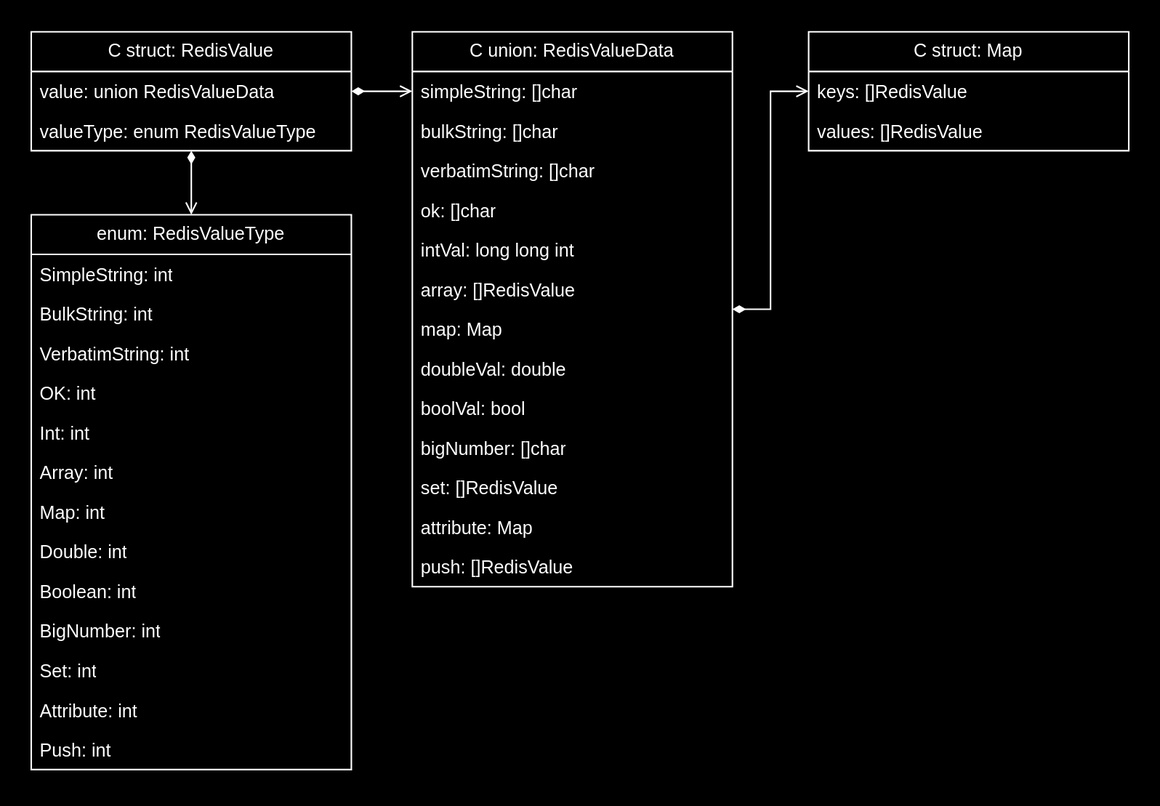
This is docs/img/FFI-request-success-struct-diagram.svg from Bit-Quill/valkey-glide, a draw.io export, as it was before one commit. Source tidied: cells renumbered, new cells last; positions are measured from the earlier drawing's top-left corner, leaving out a move shared by most shapes.
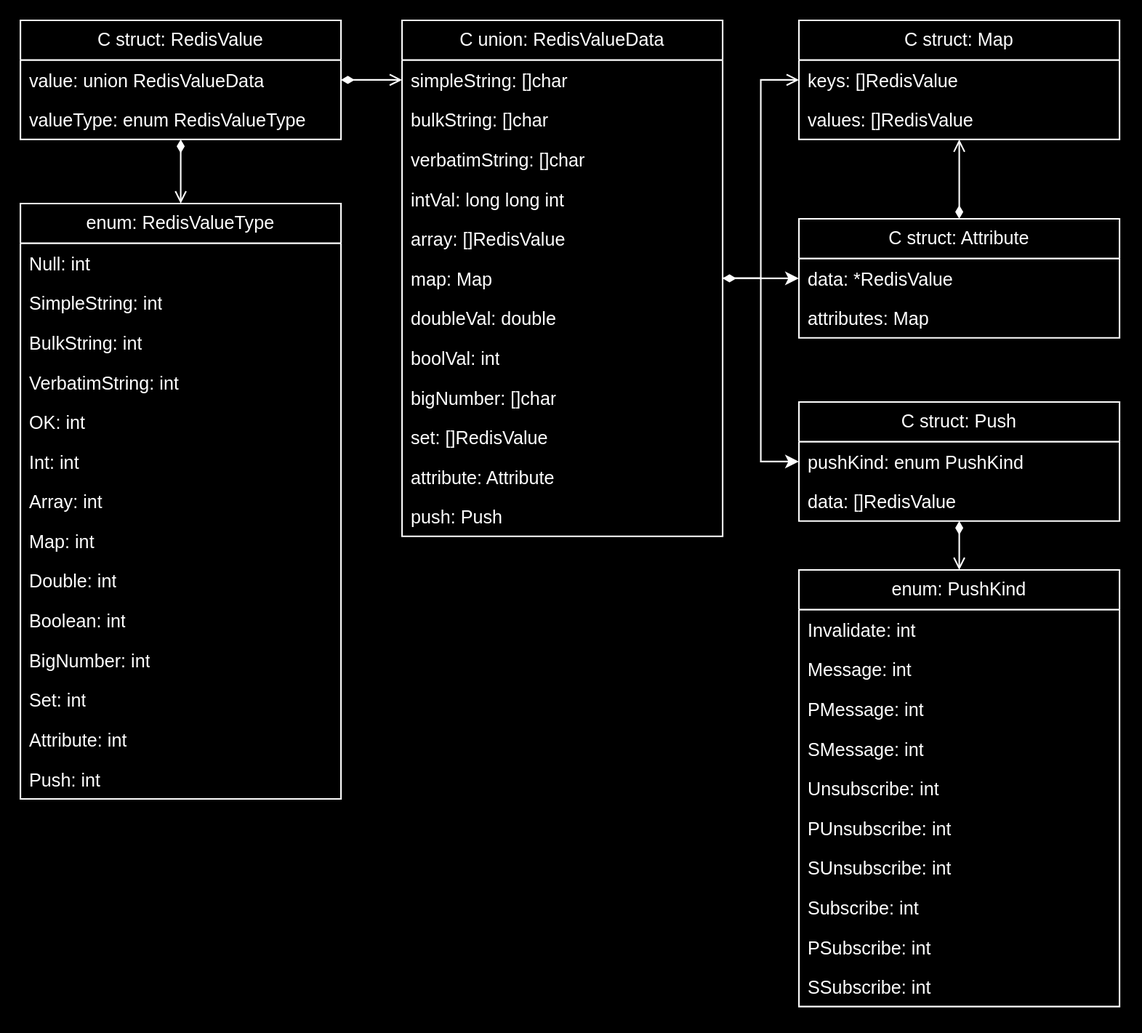
The same diagram one commit later.

What changed in the source:
```diff
@@ -20,8 +20,11 @@
     <mxCell id="7" style="edgeStyle=orthogonalEdgeStyle;rounded=0;jettySize=auto;html=1;startArrow=diamondThin;startFill=1;endArrow=open;endFill=0;" parent="1" edge="1" source="8" target="22">
       <mxGeometry relative="1" as="geometry" />
     </mxCell>
+    <mxCell id="39" style="edgeStyle=orthogonalEdgeStyle;rounded=0;jettySize=auto;html=1;" parent="1" edge="1" source="8" target="47">
+      <mxGeometry relative="1" as="geometry" />
+    </mxCell>
     <mxCell id="8" value="C union: RedisValueData" style="swimlane;fontStyle=0;horizontal=1;startSize=26;fillColor=none;whiteSpace=wrap;html=1;" parent="1" vertex="1">
-      <mxGeometry x="250" width="210" height="364" as="geometry" />
+      <mxGeometry x="250" width="210" height="338" as="geometry" />
     </mxCell>
     <mxCell id="9" value="simpleString: []char" style="text;strokeColor=none;fillColor=none;align=left;verticalAlign=top;spacingLeft=4;spacingRight=4;overflow=hidden;points=[[0,0.5],[1,0.5]];portConstraint=eastwest;whiteSpace=wrap;html=1;" parent="8" vertex="1">
       <mxGeometry y="26" width="210" height="26" as="geometry" />
@@ -32,35 +35,32 @@
     <mxCell id="11" value="verbatimString: []char" style="text;strokeColor=none;fillColor=none;align=left;verticalAlign=top;spacingLeft=4;spacingRight=4;overflow=hidden;whiteSpace=wrap;html=1;" parent="8" vertex="1">
       <mxGeometry y="78" width="210" height="26" as="geometry" />
     </mxCell>
-    <mxCell id="12" value="ok: []char" style="text;strokeColor=none;fillColor=none;align=left;verticalAlign=top;spacingLeft=4;spacingRight=4;overflow=hidden;whiteSpace=wrap;html=1;" parent="8" vertex="1">
-      <mxGeometry y="104" width="210" height="26" as="geometry" />
-    </mxCell>
     <mxCell id="13" value="intVal: long long int" style="text;strokeColor=none;fillColor=none;align=left;verticalAlign=top;spacingLeft=4;spacingRight=4;overflow=hidden;whiteSpace=wrap;html=1;" parent="8" vertex="1">
-      <mxGeometry y="130" width="210" height="26" as="geometry" />
+      <mxGeometry y="104" width="210" height="26" as="geometry" />
     </mxCell>
     <mxCell id="14" value="array: []RedisValue" style="text;strokeColor=none;fillColor=none;align=left;verticalAlign=top;spacingLeft=4;spacingRight=4;overflow=hidden;whiteSpace=wrap;html=1;" parent="8" vertex="1">
-      <mxGeometry y="156" width="210" height="26" as="geometry" />
+      <mxGeometry y="130" width="210" height="26" as="geometry" />
     </mxCell>
     <mxCell id="15" value="map: Map" style="text;strokeColor=none;fillColor=none;align=left;verticalAlign=top;spacingLeft=4;spacingRight=4;overflow=hidden;whiteSpace=wrap;html=1;" parent="8" vertex="1">
-      <mxGeometry y="182" width="210" height="26" as="geometry" />
+      <mxGeometry y="156" width="210" height="26" as="geometry" />
     </mxCell>
     <mxCell id="16" value="doubleVal: double" style="text;strokeColor=none;fillColor=none;align=left;verticalAlign=top;spacingLeft=4;spacingRight=4;overflow=hidden;whiteSpace=wrap;html=1;" parent="8" vertex="1">
-      <mxGeometry y="208" width="210" height="26" as="geometry" />
+      <mxGeometry y="182" width="210" height="26" as="geometry" />
     </mxCell>
-    <mxCell id="17" value="boolVal: bool" style="text;strokeColor=none;fillColor=none;align=left;verticalAlign=top;spacingLeft=4;spacingRight=4;overflow=hidden;whiteSpace=wrap;html=1;" parent="8" vertex="1">
-      <mxGeometry y="234" width="210" height="26" as="geometry" />
+    <mxCell id="17" value="boolVal: int" style="text;strokeColor=none;fillColor=none;align=left;verticalAlign=top;spacingLeft=4;spacingRight=4;overflow=hidden;whiteSpace=wrap;html=1;" parent="8" vertex="1">
+      <mxGeometry y="208" width="210" height="26" as="geometry" />
     </mxCell>
     <mxCell id="18" value="bigNumber: []char" style="text;strokeColor=none;fillColor=none;align=left;verticalAlign=top;spacingLeft=4;spacingRight=4;overflow=hidden;whiteSpace=wrap;html=1;" parent="8" vertex="1">
-      <mxGeometry y="260" width="210" height="26" as="geometry" />
+      <mxGeometry y="234" width="210" height="26" as="geometry" />
     </mxCell>
     <mxCell id="19" value="set: []RedisValue" style="text;strokeColor=none;fillColor=none;align=left;verticalAlign=top;spacingLeft=4;spacingRight=4;overflow=hidden;whiteSpace=wrap;html=1;" parent="8" vertex="1">
-      <mxGeometry y="286" width="210" height="26" as="geometry" />
+      <mxGeometry y="260" width="210" height="26" as="geometry" />
     </mxCell>
-    <mxCell id="20" value="attribute: Map" style="text;strokeColor=none;fillColor=none;align=left;verticalAlign=top;spacingLeft=4;spacingRight=4;overflow=hidden;whiteSpace=wrap;html=1;" parent="8" vertex="1">
-      <mxGeometry y="312" width="210" height="26" as="geometry" />
+    <mxCell id="20" value="attribute: Attribute" style="text;strokeColor=none;fillColor=none;align=left;verticalAlign=top;spacingLeft=4;spacingRight=4;overflow=hidden;whiteSpace=wrap;html=1;" parent="8" vertex="1">
+      <mxGeometry y="286" width="210" height="26" as="geometry" />
     </mxCell>
-    <mxCell id="21" value="push: []RedisValue" style="text;strokeColor=none;fillColor=none;align=left;verticalAlign=top;spacingLeft=4;spacingRight=4;overflow=hidden;whiteSpace=wrap;html=1;" parent="8" vertex="1">
-      <mxGeometry y="338" width="210" height="26" as="geometry" />
+    <mxCell id="21" value="push: Push" style="text;strokeColor=none;fillColor=none;align=left;verticalAlign=top;spacingLeft=4;spacingRight=4;overflow=hidden;whiteSpace=wrap;html=1;" parent="8" vertex="1">
+      <mxGeometry y="312" width="210" height="26" as="geometry" />
     </mxCell>
     <mxCell id="22" value="C struct: Map" style="swimlane;fontStyle=0;horizontal=1;startSize=26;fillColor=none;whiteSpace=wrap;html=1;" parent="1" vertex="1">
       <mxGeometry x="510" width="210" height="78" as="geometry" />
@@ -72,46 +72,109 @@
       <mxGeometry y="52" width="210" height="26" as="geometry" />
     </mxCell>
     <mxCell id="25" value="enum: RedisValueType" style="swimlane;fontStyle=0;horizontal=1;startSize=26;fillColor=none;whiteSpace=wrap;html=1;" parent="1" vertex="1">
-      <mxGeometry y="120" width="210" height="364" as="geometry" />
+      <mxGeometry y="120" width="210" height="390" as="geometry" />
     </mxCell>
+    <mxCell id="40" value="Null: int" style="text;strokeColor=none;fillColor=none;align=left;verticalAlign=top;spacingLeft=4;spacingRight=4;overflow=hidden;whiteSpace=wrap;html=1;" parent="25" vertex="1">
+      <mxGeometry y="26" width="210" height="26" as="geometry" />
+    </mxCell>
     <mxCell id="26" value="SimpleString: int" style="text;strokeColor=none;fillColor=none;align=left;verticalAlign=top;spacingLeft=4;spacingRight=4;overflow=hidden;whiteSpace=wrap;html=1;" parent="25" vertex="1">
-      <mxGeometry y="26" width="210" height="26" as="geometry" />
+      <mxGeometry y="52" width="210" height="26" as="geometry" />
     </mxCell>
     <mxCell id="27" value="BulkString: int" style="text;strokeColor=none;fillColor=none;align=left;verticalAlign=top;spacingLeft=4;spacingRight=4;overflow=hidden;whiteSpace=wrap;html=1;" parent="25" vertex="1">
-      <mxGeometry y="52" width="210" height="26" as="geometry" />
+      <mxGeometry y="78" width="210" height="26" as="geometry" />
     </mxCell>
     <mxCell id="28" value="VerbatimString: int" style="text;strokeColor=none;fillColor=none;align=left;verticalAlign=top;spacingLeft=4;spacingRight=4;overflow=hidden;whiteSpace=wrap;html=1;" parent="25" vertex="1">
-      <mxGeometry y="78" width="210" height="26" as="geometry" />
+      <mxGeometry y="104" width="210" height="26" as="geometry" />
     </mxCell>
     <mxCell id="29" value="OK: int" style="text;strokeColor=none;fillColor=none;align=left;verticalAlign=top;spacingLeft=4;spacingRight=4;overflow=hidden;whiteSpace=wrap;html=1;" parent="25" vertex="1">
-      <mxGeometry y="104" width="210" height="26" as="geometry" />
+      <mxGeometry y="130" width="210" height="26" as="geometry" />
     </mxCell>
     <mxCell id="30" value="Int: int" style="text;strokeColor=none;fillColor=none;align=left;verticalAlign=top;spacingLeft=4;spacingRight=4;overflow=hidden;whiteSpace=wrap;html=1;" parent="25" vertex="1">
-      <mxGeometry y="130" width="210" height="26" as="geometry" />
+      <mxGeometry y="156" width="210" height="26" as="geometry" />
     </mxCell>
     <mxCell id="31" value="Array: int" style="text;strokeColor=none;fillColor=none;align=left;verticalAlign=top;spacingLeft=4;spacingRight=4;overflow=hidden;whiteSpace=wrap;html=1;" parent="25" vertex="1">
-      <mxGeometry y="156" width="210" height="26" as="geometry" />
+      <mxGeometry y="182" width="210" height="26" as="geometry" />
     </mxCell>
     <mxCell id="32" value="Map: int" style="text;strokeColor=none;fillColor=none;align=left;verticalAlign=top;spacingLeft=4;spacingRight=4;overflow=hidden;whiteSpace=wrap;html=1;" parent="25" vertex="1">
-      <mxGeometry y="182" width="210" height="26" as="geometry" />
+      <mxGeometry y="208" width="210" height="26" as="geometry" />
     </mxCell>
     <mxCell id="33" value="Double: int" style="text;strokeColor=none;fillColor=none;align=left;verticalAlign=top;spacingLeft=4;spacingRight=4;overflow=hidden;whiteSpace=wrap;html=1;" parent="25" vertex="1">
-      <mxGeometry y="208" width="210" height="26" as="geometry" />
+      <mxGeometry y="234" width="210" height="26" as="geometry" />
     </mxCell>
     <mxCell id="34" value="Boolean: int" style="text;strokeColor=none;fillColor=none;align=left;verticalAlign=top;spacingLeft=4;spacingRight=4;overflow=hidden;whiteSpace=wrap;html=1;" parent="25" vertex="1">
-      <mxGeometry y="234" width="210" height="26" as="geometry" />
+      <mxGeometry y="260" width="210" height="26" as="geometry" />
     </mxCell>
     <mxCell id="35" value="BigNumber: int" style="text;strokeColor=none;fillColor=none;align=left;verticalAlign=top;spacingLeft=4;spacingRight=4;overflow=hidden;whiteSpace=wrap;html=1;" parent="25" vertex="1">
-      <mxGeometry y="260" width="210" height="26" as="geometry" />
+      <mxGeometry y="286" width="210" height="26" as="geometry" />
     </mxCell>
     <mxCell id="36" value="Set: int" style="text;strokeColor=none;fillColor=none;align=left;verticalAlign=top;spacingLeft=4;spacingRight=4;overflow=hidden;whiteSpace=wrap;html=1;" parent="25" vertex="1">
-      <mxGeometry y="286" width="210" height="26" as="geometry" />
+      <mxGeometry y="312" width="210" height="26" as="geometry" />
     </mxCell>
     <mxCell id="37" value="Attribute: int" style="text;strokeColor=none;fillColor=none;align=left;verticalAlign=top;spacingLeft=4;spacingRight=4;overflow=hidden;whiteSpace=wrap;html=1;" parent="25" vertex="1">
-      <mxGeometry y="312" width="210" height="26" as="geometry" />
+      <mxGeometry y="338" width="210" height="26" as="geometry" />
     </mxCell>
     <mxCell id="38" value="Push: int" style="text;strokeColor=none;fillColor=none;align=left;verticalAlign=top;spacingLeft=4;spacingRight=4;overflow=hidden;whiteSpace=wrap;html=1;" parent="25" vertex="1">
-      <mxGeometry y="338" width="210" height="26" as="geometry" />
+      <mxGeometry y="364" width="210" height="26" as="geometry" />
     </mxCell>
+    <mxCell id="41" style="edgeStyle=orthogonalEdgeStyle;rounded=0;jettySize=auto;html=1;endArrow=open;endFill=0;startArrow=diamondThin;startFill=1;" parent="1" edge="1" source="42" target="22">
+      <mxGeometry relative="1" as="geometry" />
+    </mxCell>
+    <mxCell id="42" value="C struct: Attribute" style="swimlane;fontStyle=0;horizontal=1;startSize=26;fillColor=none;whiteSpace=wrap;html=1;" parent="1" vertex="1">
+      <mxGeometry x="510" y="130" width="210" height="78" as="geometry" />
+    </mxCell>
+    <mxCell id="43" value="data: *RedisValue" style="text;strokeColor=none;fillColor=none;align=left;verticalAlign=top;spacingLeft=4;spacingRight=4;overflow=hidden;whiteSpace=wrap;html=1;" parent="42" vertex="1">
+      <mxGeometry y="26" width="210" height="26" as="geometry" />
+    </mxCell>
+    <mxCell id="44" value="attributes: Map" style="text;strokeColor=none;fillColor=none;align=left;verticalAlign=top;spacingLeft=4;spacingRight=4;overflow=hidden;whiteSpace=wrap;html=1;" parent="42" vertex="1">
+      <mxGeometry y="52" width="210" height="26" as="geometry" />
+    </mxCell>
+    <mxCell id="45" style="edgeStyle=orthogonalEdgeStyle;rounded=0;jettySize=auto;html=1;" parent="1" edge="1" source="8" target="42">
+      <mxGeometry relative="1" as="geometry" />
+    </mxCell>
+    <mxCell id="46" style="edgeStyle=orthogonalEdgeStyle;rounded=0;jettySize=auto;html=1;endArrow=open;endFill=0;startArrow=diamondThin;startFill=1;" parent="1" edge="1" source="47" target="50">
+      <mxGeometry relative="1" as="geometry" />
+    </mxCell>
+    <mxCell id="47" value="C struct: Push" style="swimlane;fontStyle=0;horizontal=1;startSize=26;fillColor=none;whiteSpace=wrap;html=1;" parent="1" vertex="1">
+      <mxGeometry x="510" y="250" width="210" height="78" as="geometry" />
+    </mxCell>
+    <mxCell id="48" value="pushKind: enum PushKind" style="text;strokeColor=none;fillColor=none;align=left;verticalAlign=top;spacingLeft=4;spacingRight=4;overflow=hidden;whiteSpace=wrap;html=1;" parent="47" vertex="1">
+      <mxGeometry y="26" width="210" height="26" as="geometry" />
+    </mxCell>
+    <mxCell id="49" value="data: []RedisValue" style="text;strokeColor=none;fillColor=none;align=left;verticalAlign=top;spacingLeft=4;spacingRight=4;overflow=hidden;whiteSpace=wrap;html=1;" parent="47" vertex="1">
+      <mxGeometry y="52" width="210" height="26" as="geometry" />
+    </mxCell>
+    <mxCell id="50" value="enum: PushKind" style="swimlane;fontStyle=0;horizontal=1;startSize=26;fillColor=none;whiteSpace=wrap;html=1;" parent="1" vertex="1">
+      <mxGeometry x="510" y="360" width="210" height="286" as="geometry" />
+    </mxCell>
+    <mxCell id="51" value="Invalidate: int" style="text;strokeColor=none;fillColor=none;align=left;verticalAlign=top;spacingLeft=4;spacingRight=4;overflow=hidden;whiteSpace=wrap;html=1;" parent="50" vertex="1">
+      <mxGeometry y="26" width="210" height="26" as="geometry" />
+    </mxCell>
+    <mxCell id="52" value="Message: int" style="text;strokeColor=none;fillColor=none;align=left;verticalAlign=top;spacingLeft=4;spacingRight=4;overflow=hidden;whiteSpace=wrap;html=1;" parent="50" vertex="1">
+      <mxGeometry y="52" width="210" height="26" as="geometry" />
+    </mxCell>
+    <mxCell id="53" value="PMessage: int" style="text;strokeColor=none;fillColor=none;align=left;verticalAlign=top;spacingLeft=4;spacingRight=4;overflow=hidden;whiteSpace=wrap;html=1;" parent="50" vertex="1">
+      <mxGeometry y="78" width="210" height="26" as="geometry" />
+    </mxCell>
+    <mxCell id="54" value="SMessage: int" style="text;strokeColor=none;fillColor=none;align=left;verticalAlign=top;spacingLeft=4;spacingRight=4;overflow=hidden;whiteSpace=wrap;html=1;" parent="50" vertex="1">
+      <mxGeometry y="104" width="210" height="26" as="geometry" />
+    </mxCell>
+    <mxCell id="55" value="Unsubscribe: int" style="text;strokeColor=none;fillColor=none;align=left;verticalAlign=top;spacingLeft=4;spacingRight=4;overflow=hidden;whiteSpace=wrap;html=1;" parent="50" vertex="1">
+      <mxGeometry y="130" width="210" height="26" as="geometry" />
+    </mxCell>
+    <mxCell id="56" value="PUnsubscribe: int" style="text;strokeColor=none;fillColor=none;align=left;verticalAlign=top;spacingLeft=4;spacingRight=4;overflow=hidden;whiteSpace=wrap;html=1;" parent="50" vertex="1">
+      <mxGeometry y="156" width="210" height="26" as="geometry" />
+    </mxCell>
+    <mxCell id="57" value="SUnsubscribe: int" style="text;strokeColor=none;fillColor=none;align=left;verticalAlign=top;spacingLeft=4;spacingRight=4;overflow=hidden;whiteSpace=wrap;html=1;" parent="50" vertex="1">
+      <mxGeometry y="182" width="210" height="26" as="geometry" />
+    </mxCell>
+    <mxCell id="58" value="Subscribe: int" style="text;strokeColor=none;fillColor=none;align=left;verticalAlign=top;spacingLeft=4;spacingRight=4;overflow=hidden;whiteSpace=wrap;html=1;" parent="50" vertex="1">
+      <mxGeometry y="208" width="210" height="26" as="geometry" />
+    </mxCell>
+    <mxCell id="59" value="PSubscribe: int" style="text;strokeColor=none;fillColor=none;align=left;verticalAlign=top;spacingLeft=4;spacingRight=4;overflow=hidden;whiteSpace=wrap;html=1;" parent="50" vertex="1">
+      <mxGeometry y="234" width="210" height="26" as="geometry" />
+    </mxCell>
+    <mxCell id="60" value="SSubscribe: int" style="text;strokeColor=none;fillColor=none;align=left;verticalAlign=top;spacingLeft=4;spacingRight=4;overflow=hidden;whiteSpace=wrap;html=1;" parent="50" vertex="1">
+      <mxGeometry y="260" width="210" height="26" as="geometry" />
+    </mxCell>
   </root>
 </mxGraphModel>
```
